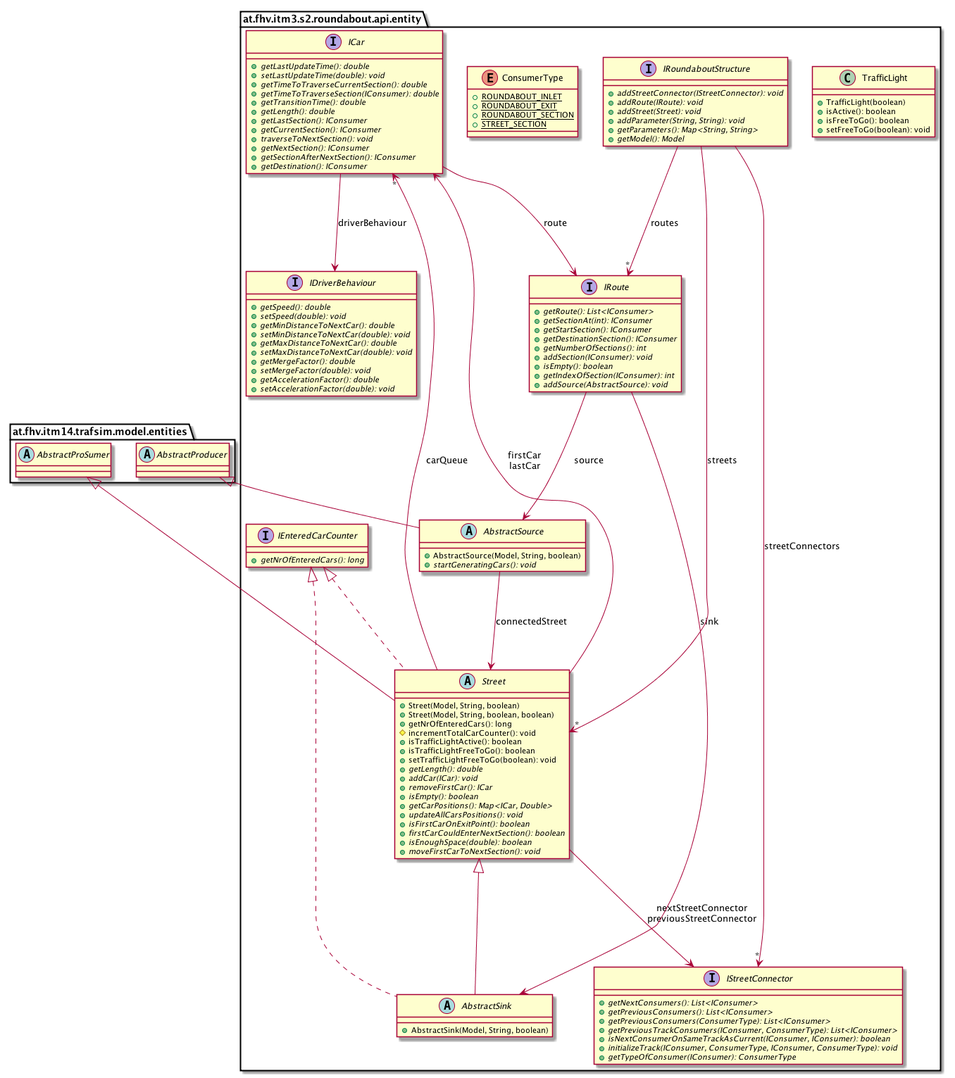
The PlantUML diagram images/uml-class/at.fhv.itm3.s2.roundabout.api.entity.package.png in sereGkaluv/Roundabout-Simulation-Library, before a commit.
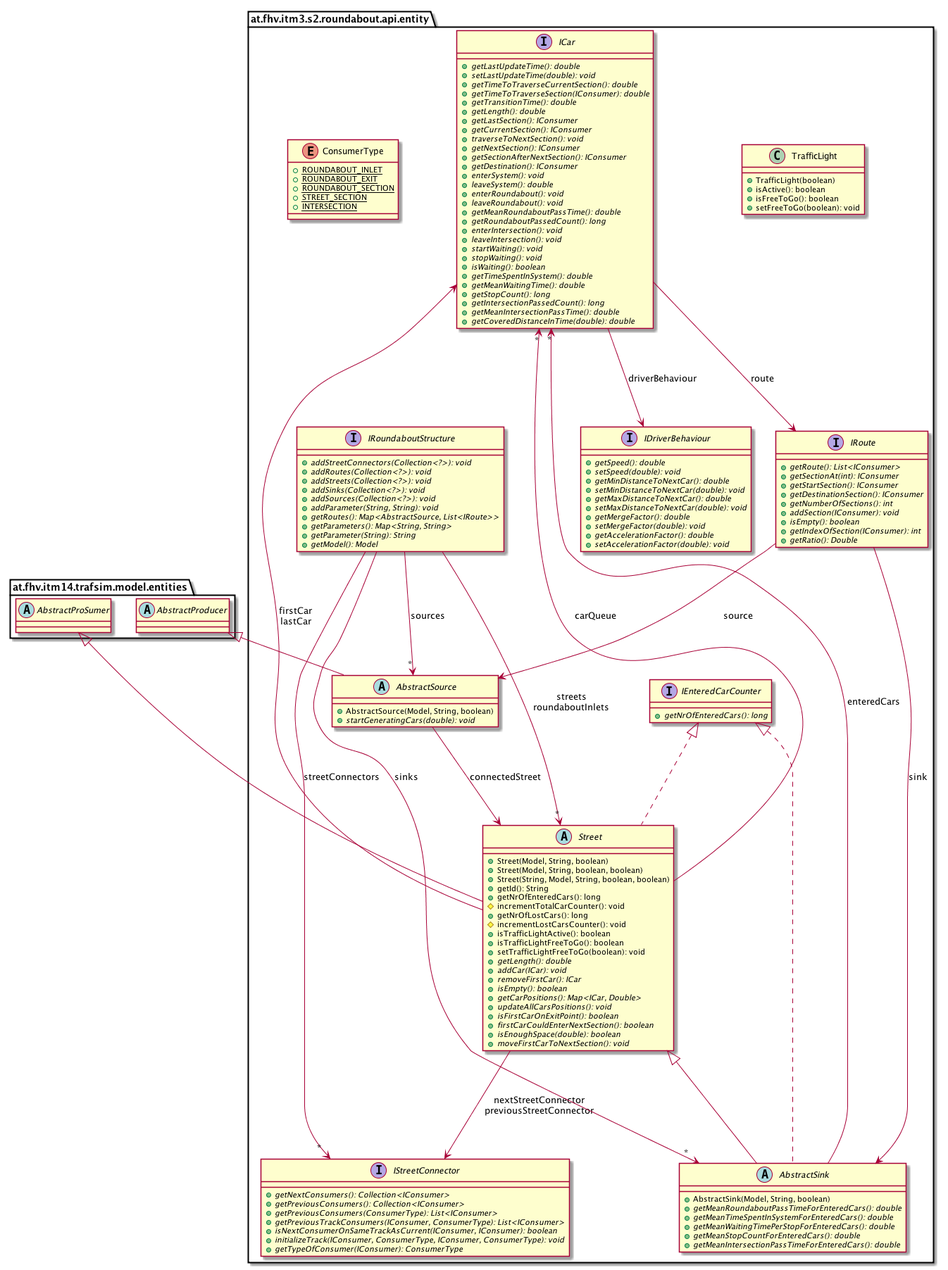
After the change.

Commit message:
no model in structure

The edit, as a diff of the source:
```diff
@@ -23,8 +23,8 @@
         }
 
         interface IStreetConnector [[../../../../../at/fhv/itm3/s2/roundabout/api/entity/IStreetConnector.html]] {
-            {abstract} +getNextConsumers(): List<IConsumer>
-            {abstract} +getPreviousConsumers(): List<IConsumer>
+            {abstract} +getNextConsumers(): Collection<IConsumer>
+            {abstract} +getPreviousConsumers(): Collection<IConsumer>
             {abstract} +getPreviousConsumers(ConsumerType): List<IConsumer>
             {abstract} +getPreviousTrackConsumers(IConsumer, ConsumerType): List<IConsumer>
             {abstract} +isNextConsumerOnSameTrackAsCurrent(IConsumer, IConsumer): boolean
@@ -34,14 +34,18 @@
 
         abstract class AbstractSource [[../../../../../at/fhv/itm3/s2/roundabout/api/entity/AbstractSource.html]] {
             +AbstractSource(Model, String, boolean)
-            {abstract} +startGeneratingCars(): void
+            {abstract} +startGeneratingCars(double): void
         }
 
         abstract class Street [[../../../../../at/fhv/itm3/s2/roundabout/api/entity/Street.html]] {
             +Street(Model, String, boolean)
             +Street(Model, String, boolean, boolean)
+            +Street(String, Model, String, boolean, boolean)
+            +getId(): String
             +getNrOfEnteredCars(): long
             #incrementTotalCarCounter(): void
+            +getNrOfLostCars(): long
+            #incrementLostCarsCounter(): void
             +isTrafficLightActive(): boolean
             +isTrafficLightFreeToGo(): boolean
             +setTrafficLightFreeToGo(boolean): void
@@ -66,11 +70,16 @@
             {abstract} +addSection(IConsumer): void
             {abstract} +isEmpty(): boolean
             {abstract} +getIndexOfSection(IConsumer): int
-            {abstract} +addSource(AbstractSource): void
+            {abstract} +getRatio(): Double
         }
 
         abstract class AbstractSink [[../../../../../at/fhv/itm3/s2/roundabout/api/entity/AbstractSink.html]] {
             +AbstractSink(Model, String, boolean)
+            {abstract} +getMeanRoundaboutPassTimeForEnteredCars(): double
+            {abstract} +getMeanTimeSpentInSystemForEnteredCars(): double
+            {abstract} +getMeanWaitingTimePerStopForEnteredCars(): double
+            {abstract} +getMeanStopCountForEnteredCars(): double
+            {abstract} +getMeanIntersectionPassTimeForEnteredCars(): double
         }
 
         interface IEnteredCarCounter [[../../../../../at/fhv/itm3/s2/roundabout/api/entity/IEnteredCarCounter.html]] {
@@ -90,6 +99,23 @@
             {abstract} +getNextSection(): IConsumer
             {abstract} +getSectionAfterNextSection(): IConsumer
             {abstract} +getDestination(): IConsumer
+            {abstract} +enterSystem(): void
+            {abstract} +leaveSystem(): double
+            {abstract} +enterRoundabout(): void
+            {abstract} +leaveRoundabout(): void
+            {abstract} +getMeanRoundaboutPassTime(): double
+            {abstract} +getRoundaboutPassedCount(): long
+            {abstract} +enterIntersection(): void
+            {abstract} +leaveIntersection(): void
+            {abstract} +startWaiting(): void
+            {abstract} +stopWaiting(): void
+            {abstract} +isWaiting(): boolean
+            {abstract} +getTimeSpentInSystem(): double
+            {abstract} +getMeanWaitingTime(): double
+            {abstract} +getStopCount(): long
+            {abstract} +getIntersectionPassedCount(): long
+            {abstract} +getMeanIntersectionPassTime(): double
+            {abstract} +getCoveredDistanceInTime(double): double
         }
 
         enum ConsumerType [[../../../../../at/fhv/itm3/s2/roundabout/api/entity/ConsumerType.html]] {
@@ -97,14 +123,19 @@
             {static} +ROUNDABOUT_EXIT
             {static} +ROUNDABOUT_SECTION
             {static} +STREET_SECTION
+            {static} +INTERSECTION
         }
 
         interface IRoundaboutStructure [[../../../../../at/fhv/itm3/s2/roundabout/api/entity/IRoundaboutStructure.html]] {
-            {abstract} +addStreetConnector(IStreetConnector): void
-            {abstract} +addRoute(IRoute): void
-            {abstract} +addStreet(Street): void
+            {abstract} +addStreetConnectors(Collection<?>): void
+            {abstract} +addRoutes(Collection<?>): void
+            {abstract} +addStreets(Collection<?>): void
+            {abstract} +addSinks(Collection<?>): void
+            {abstract} +addSources(Collection<?>): void
             {abstract} +addParameter(String, String): void
+            {abstract} +getRoutes(): Map<AbstractSource, List<IRoute>>
             {abstract} +getParameters(): Map<String, String>
+            {abstract} +getParameter(String): String
             {abstract} +getModel(): Model
         }
 
@@ -132,15 +163,19 @@
 
         IRoute --> AbstractSink: sink
 
+        AbstractSink --> "*" ICar: enteredCars
+
         ICar --> IDriverBehaviour: driverBehaviour
 
         ICar --> IRoute: route
 
         IRoundaboutStructure --> "*" IStreetConnector: streetConnectors
 
-        IRoundaboutStructure --> "*" IRoute: routes
+        IRoundaboutStructure --> "*" Street: streets\nroundaboutInlets
 
-        IRoundaboutStructure --> "*" Street: streets
+        IRoundaboutStructure --> "*" AbstractSink: sinks
+
+        IRoundaboutStructure --> "*" AbstractSource: sources
 
     }
 
```
